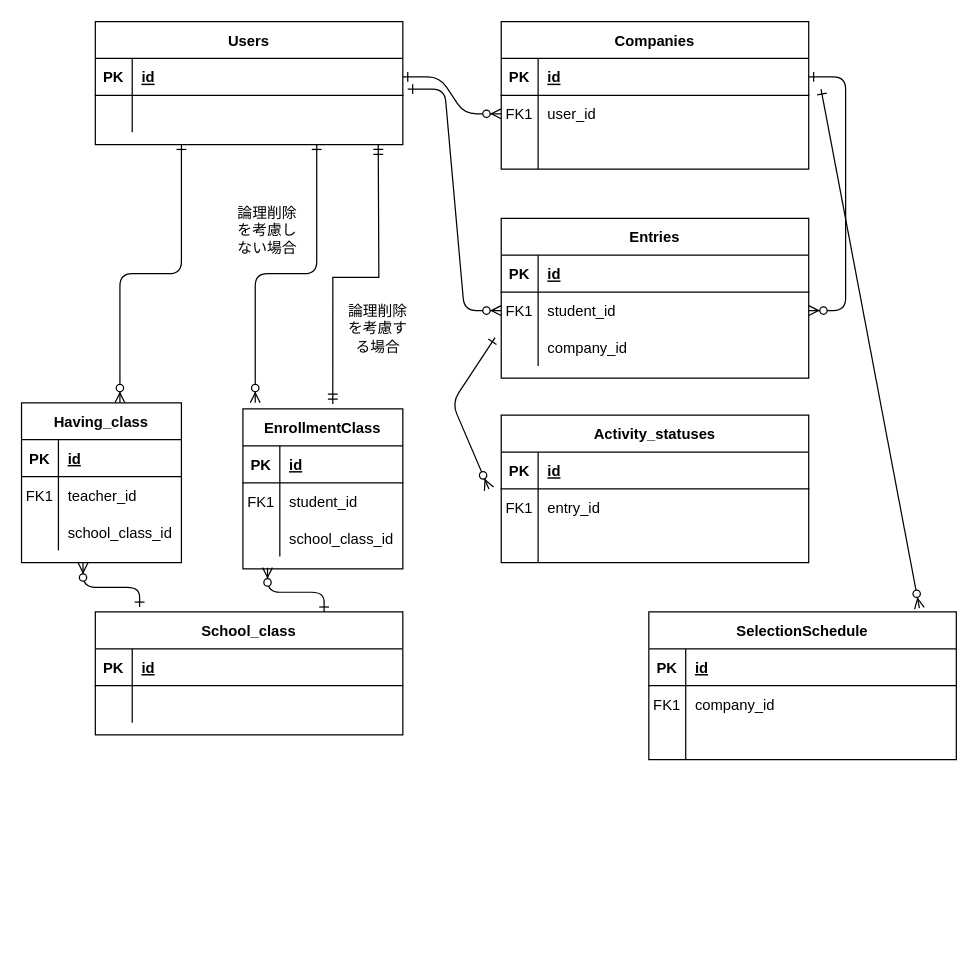
Before: page "DBエンティティ" (1 of 18) of documents/JHM-2023_ER.drawio in cntn-jr/JHM-2023, a draw.io diagram. Source tidied: cells renumbered, new cells numbered last; positions are measured from the earlier drawing's top-left corner, leaving out a move shared by most shapes. Both pictures are drawn from the tidied source at 123%, with x=0, y=0 at pixel (21, 21).
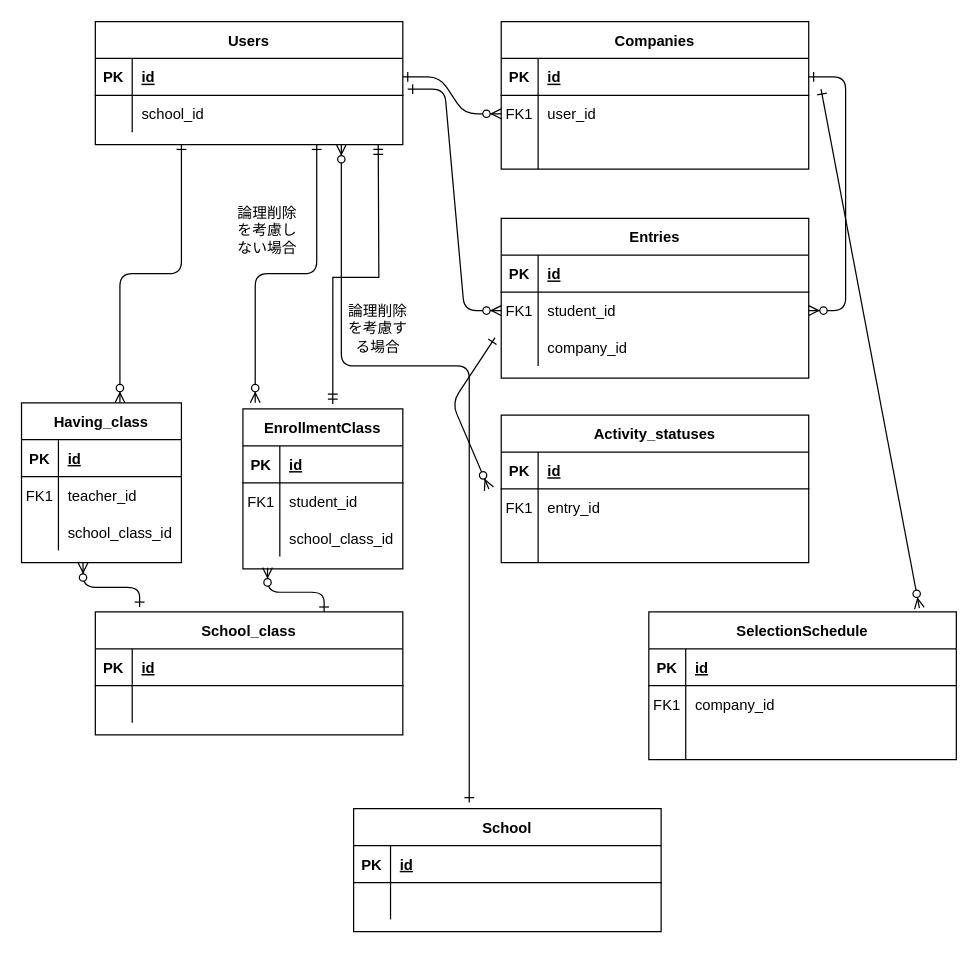
The same diagram, later.

The change refers to these unchanged cells:
```xml
<mxCell id="28" style="shape=partialRectangle;fillColor=none;top=0;left=0;right=0;bottom=0;" parent="24" vertex="1">
  <mxGeometry y="60" width="250" height="30" as="geometry" />
</mxCell>
```

Diff of the diagram source:
```diff
@@
-    <mxCell id="30" style="shape=partialRectangle;overflow=hidden;fillColor=none;top=0;left=0;bottom=0;right=0;align=left;spacingLeft=6;" parent="28" vertex="1">
+    <mxCell id="30" value="school_id" style="shape=partialRectangle;overflow=hidden;fillColor=none;top=0;left=0;bottom=0;right=0;align=left;spacingLeft=6;" parent="28" vertex="1">
       <mxGeometry x="30" width="220" height="30" as="geometry" />
     </mxCell>
@@
+    <mxCell id="88" value="School" style="shape=table;startSize=30;childLayout=tableLayout;rowLines=0;fontStyle=1;align=center;" parent="1" vertex="1">
+      <mxGeometry x="270" y="640" width="250" height="100" as="geometry" />
+    </mxCell>
+    <mxCell id="89" style="shape=partialRectangle;fillColor=none;top=0;left=0;right=0;bottom=1;" parent="88" vertex="1">
+      <mxGeometry y="30" width="250" height="30" as="geometry" />
+    </mxCell>
+    <mxCell id="90" value="PK" style="shape=partialRectangle;overflow=hidden;fillColor=none;top=0;left=0;bottom=0;right=0;fontStyle=1;" parent="89" vertex="1">
+      <mxGeometry width="30" height="30" as="geometry" />
+    </mxCell>
+    <mxCell id="91" value="id" style="shape=partialRectangle;overflow=hidden;fillColor=none;top=0;left=0;bottom=0;right=0;align=left;spacingLeft=6;fontStyle=5;" parent="89" vertex="1">
+      <mxGeometry x="30" width="220" height="30" as="geometry" />
+    </mxCell>
+    <mxCell id="92" style="shape=partialRectangle;fillColor=none;top=0;left=0;right=0;bottom=0;" parent="88" vertex="1">
+      <mxGeometry y="60" width="250" height="30" as="geometry" />
+    </mxCell>
+    <mxCell id="93" style="shape=partialRectangle;overflow=hidden;fillColor=none;top=0;left=0;bottom=0;right=0;" parent="92" vertex="1">
+      <mxGeometry width="30" height="30" as="geometry" />
+    </mxCell>
+    <mxCell id="94" style="shape=partialRectangle;overflow=hidden;fillColor=none;top=0;left=0;bottom=0;right=0;align=left;spacingLeft=6;" parent="92" vertex="1">
+      <mxGeometry x="30" width="220" height="30" as="geometry" />
+    </mxCell>
+    <mxCell id="95" style="edgeStyle=elbowEdgeStyle;endArrow=ERzeroToMany;startArrow=ERone;endFill=1;startFill=0;elbow=vertical;exitX=0.376;exitY=-0.05;exitDx=0;exitDy=0;exitPerimeter=0;" parent="1" edge="1" source="88">
+      <mxGeometry relative="1" as="geometry">
+        <mxPoint x="260" y="100" as="targetPoint" />
+        <Array as="points">
+          <mxPoint x="320" y="280" />
+        </Array>
+      </mxGeometry>
+    </mxCell>
```
